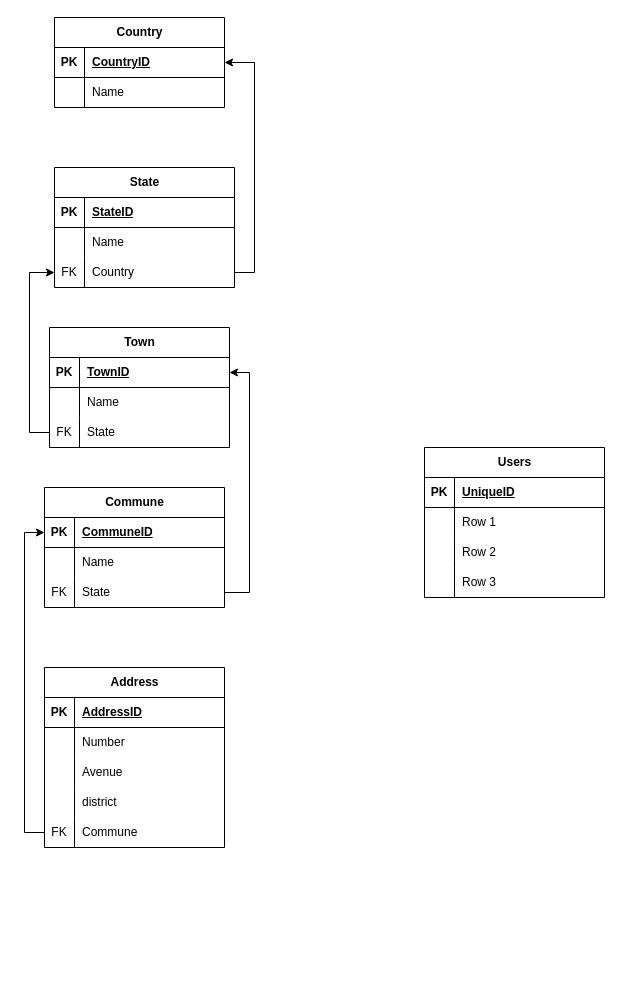
The draw.io diagram Tekango.drawio in internalTekango/3.0.tekango.template, before the edit. Source tidied: cells renumbered, new cells numbered last; positions are measured from the earlier drawing's top-left corner, leaving out a move shared by most shapes. Both pictures are drawn from the tidied source at 100%, with x=0, y=0 at pixel (44, 17).
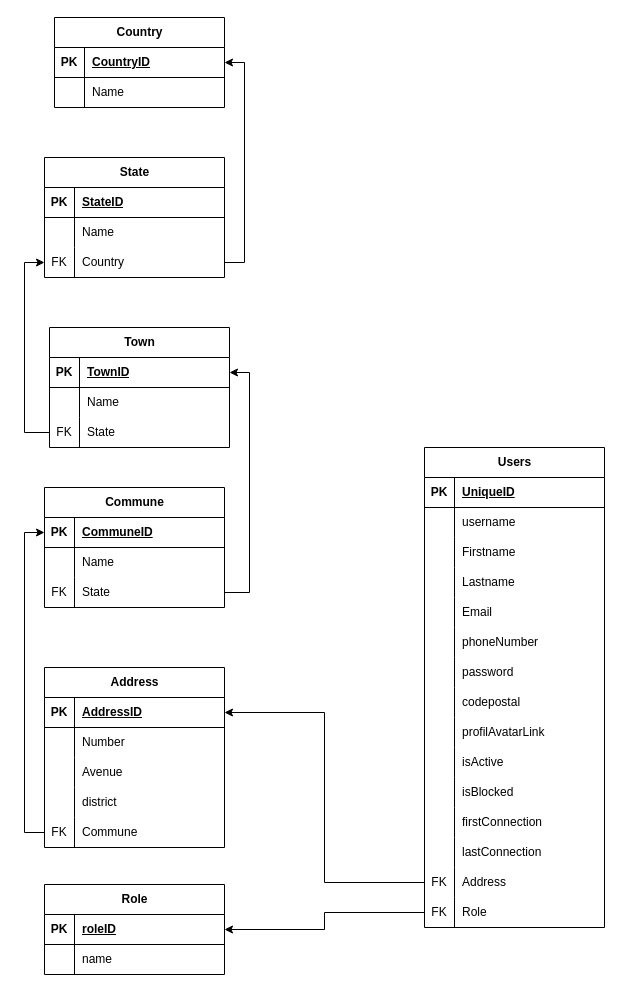
After the change.

Commit message (it also covers changes not shown here):
Mettre à jour Tekango.drawio

The change refers to these unchanged cells:
```xml
<mxCell id="6" style="shape=tableRow;horizontal=0;startSize=0;swimlaneHead=0;swimlaneBody=0;fillColor=none;top=0;left=0;right=0;bottom=0;" parent="2" vertex="1">
  <mxGeometry y="60" width="180" height="30" as="geometry" />
</mxCell>
<mxCell id="9" style="shape=tableRow;horizontal=0;startSize=0;swimlaneHead=0;swimlaneBody=0;fillColor=none;top=0;left=0;right=0;bottom=0;" parent="2" vertex="1">
  <mxGeometry y="90" width="180" height="30" as="geometry" />
</mxCell>
<mxCell id="12" style="shape=tableRow;horizontal=0;startSize=0;swimlaneHead=0;swimlaneBody=0;fillColor=none;top=0;left=0;right=0;bottom=0;" parent="2" vertex="1">
  <mxGeometry y="120" width="180" height="30" as="geometry" />
</mxCell>
<mxCell id="56" style="shape=tableRow;horizontal=0;startSize=0;swimlaneHead=0;swimlaneBody=0;fillColor=none;points=[[0,0.5],[1,0.5]];portConstraint=eastwest;top=0;left=0;right=0;bottom=1;" parent="55" vertex="1">
  <mxGeometry y="30" width="180" height="30" as="geometry" />
</mxCell>
```

Change to the diagram source:
```diff
@@
     <mxCell id="2" value="Users" style="shape=table;startSize=30;childLayout=tableLayout;rowLines=0;fontStyle=1;align=center;html=1;" parent="1" vertex="1">
-      <mxGeometry x="380" y="430" width="180" height="150" as="geometry" />
+      <mxGeometry x="380" y="430" width="180" height="480" as="geometry" />
     </mxCell>
@@
-    <mxCell id="8" value="Row 1" style="shape=partialRectangle;fillColor=none;top=0;left=0;bottom=0;right=0;align=left;spacingLeft=6;overflow=hidden;whiteSpace=wrap;html=1;" parent="6" vertex="1">
+    <mxCell id="8" value="username" style="shape=partialRectangle;fillColor=none;top=0;left=0;bottom=0;right=0;align=left;spacingLeft=6;overflow=hidden;whiteSpace=wrap;html=1;" parent="6" vertex="1">
       <mxGeometry x="30" width="150" height="30" as="geometry" />
     </mxCell>
@@
-    <mxCell id="11" value="Row 2" style="shape=partialRectangle;fillColor=none;top=0;left=0;bottom=0;right=0;align=left;spacingLeft=6;overflow=hidden;whiteSpace=wrap;html=1;" parent="9" vertex="1">
+    <mxCell id="11" value="Firstname" style="shape=partialRectangle;fillColor=none;top=0;left=0;bottom=0;right=0;align=left;spacingLeft=6;overflow=hidden;whiteSpace=wrap;html=1;" parent="9" vertex="1">
       <mxGeometry x="30" width="150" height="30" as="geometry" />
     </mxCell>
@@
-    <mxCell id="14" value="Row 3" style="shape=partialRectangle;fillColor=none;top=0;left=0;bottom=0;right=0;align=left;spacingLeft=6;overflow=hidden;whiteSpace=wrap;html=1;" parent="12" vertex="1">
+    <mxCell id="14" value="Lastname" style="shape=partialRectangle;fillColor=none;top=0;left=0;bottom=0;right=0;align=left;spacingLeft=6;overflow=hidden;whiteSpace=wrap;html=1;" parent="12" vertex="1">
       <mxGeometry x="30" width="150" height="30" as="geometry" />
     </mxCell>
+    <mxCell id="72" style="shape=tableRow;horizontal=0;startSize=0;swimlaneHead=0;swimlaneBody=0;fillColor=none;top=0;left=0;right=0;bottom=0;" parent="2" vertex="1">
+      <mxGeometry y="150" width="180" height="30" as="geometry" />
+    </mxCell>
+    <mxCell id="73" style="shape=partialRectangle;fillColor=none;top=0;left=0;bottom=0;right=0;overflow=hidden;whiteSpace=wrap;html=1;" parent="72" vertex="1">
+      <mxGeometry width="30" height="30" as="geometry" />
+    </mxCell>
+    <mxCell id="74" value="Email" style="shape=partialRectangle;fillColor=none;top=0;left=0;bottom=0;right=0;align=left;spacingLeft=6;overflow=hidden;whiteSpace=wrap;html=1;" parent="72" vertex="1">
+      <mxGeometry x="30" width="150" height="30" as="geometry" />
+    </mxCell>
+    <mxCell id="75" style="shape=tableRow;horizontal=0;startSize=0;swimlaneHead=0;swimlaneBody=0;fillColor=none;top=0;left=0;right=0;bottom=0;" parent="2" vertex="1">
+      <mxGeometry y="180" width="180" height="30" as="geometry" />
+    </mxCell>
+    <mxCell id="76" style="shape=partialRectangle;fillColor=none;top=0;left=0;bottom=0;right=0;overflow=hidden;whiteSpace=wrap;html=1;" parent="75" vertex="1">
+      <mxGeometry width="30" height="30" as="geometry" />
+    </mxCell>
+    <mxCell id="77" value="phoneNumber" style="shape=partialRectangle;fillColor=none;top=0;left=0;bottom=0;right=0;align=left;spacingLeft=6;overflow=hidden;whiteSpace=wrap;html=1;" parent="75" vertex="1">
+      <mxGeometry x="30" width="150" height="30" as="geometry" />
+    </mxCell>
+    <mxCell id="78" style="shape=tableRow;horizontal=0;startSize=0;swimlaneHead=0;swimlaneBody=0;fillColor=none;top=0;left=0;right=0;bottom=0;" parent="2" vertex="1">
+      <mxGeometry y="210" width="180" height="30" as="geometry" />
+    </mxCell>
+    <mxCell id="79" style="shape=partialRectangle;fillColor=none;top=0;left=0;bottom=0;right=0;overflow=hidden;whiteSpace=wrap;html=1;" parent="78" vertex="1">
+      <mxGeometry width="30" height="30" as="geometry" />
+    </mxCell>
+    <mxCell id="80" value="password" style="shape=partialRectangle;fillColor=none;top=0;left=0;bottom=0;right=0;align=left;spacingLeft=6;overflow=hidden;whiteSpace=wrap;html=1;" parent="78" vertex="1">
+      <mxGeometry x="30" width="150" height="30" as="geometry" />
+    </mxCell>
+    <mxCell id="81" style="shape=tableRow;horizontal=0;startSize=0;swimlaneHead=0;swimlaneBody=0;fillColor=none;top=0;left=0;right=0;bottom=0;" parent="2" vertex="1">
+      <mxGeometry y="240" width="180" height="30" as="geometry" />
+    </mxCell>
+    <mxCell id="82" style="shape=partialRectangle;fillColor=none;top=0;left=0;bottom=0;right=0;overflow=hidden;whiteSpace=wrap;html=1;" parent="81" vertex="1">
+      <mxGeometry width="30" height="30" as="geometry" />
+    </mxCell>
+    <mxCell id="83" value="codepostal" style="shape=partialRectangle;fillColor=none;top=0;left=0;bottom=0;right=0;align=left;spacingLeft=6;overflow=hidden;whiteSpace=wrap;html=1;" parent="81" vertex="1">
+      <mxGeometry x="30" width="150" height="30" as="geometry" />
+    </mxCell>
+    <mxCell id="84" style="shape=tableRow;horizontal=0;startSize=0;swimlaneHead=0;swimlaneBody=0;fillColor=none;top=0;left=0;right=0;bottom=0;" parent="2" vertex="1">
+      <mxGeometry y="270" width="180" height="30" as="geometry" />
+    </mxCell>
+    <mxCell id="85" style="shape=partialRectangle;fillColor=none;top=0;left=0;bottom=0;right=0;overflow=hidden;whiteSpace=wrap;html=1;" parent="84" vertex="1">
+      <mxGeometry width="30" height="30" as="geometry" />
+    </mxCell>
+    <mxCell id="86" value="profilAvatarLink" style="shape=partialRectangle;fillColor=none;top=0;left=0;bottom=0;right=0;align=left;spacingLeft=6;overflow=hidden;whiteSpace=wrap;html=1;" parent="84" vertex="1">
+      <mxGeometry x="30" width="150" height="30" as="geometry" />
+    </mxCell>
+    <mxCell id="87" style="shape=tableRow;horizontal=0;startSize=0;swimlaneHead=0;swimlaneBody=0;fillColor=none;top=0;left=0;right=0;bottom=0;" parent="2" vertex="1">
+      <mxGeometry y="300" width="180" height="30" as="geometry" />
+    </mxCell>
+    <mxCell id="88" style="shape=partialRectangle;fillColor=none;top=0;left=0;bottom=0;right=0;overflow=hidden;whiteSpace=wrap;html=1;" parent="87" vertex="1">
+      <mxGeometry width="30" height="30" as="geometry" />
+    </mxCell>
+    <mxCell id="89" value="isActive" style="shape=partialRectangle;fillColor=none;top=0;left=0;bottom=0;right=0;align=left;spacingLeft=6;overflow=hidden;whiteSpace=wrap;html=1;" parent="87" vertex="1">
+      <mxGeometry x="30" width="150" height="30" as="geometry" />
+    </mxCell>
+    <mxCell id="90" style="shape=tableRow;horizontal=0;startSize=0;swimlaneHead=0;swimlaneBody=0;fillColor=none;top=0;left=0;right=0;bottom=0;" parent="2" vertex="1">
+      <mxGeometry y="330" width="180" height="30" as="geometry" />
+    </mxCell>
+    <mxCell id="91" style="shape=partialRectangle;fillColor=none;top=0;left=0;bottom=0;right=0;overflow=hidden;whiteSpace=wrap;html=1;" parent="90" vertex="1">
+      <mxGeometry width="30" height="30" as="geometry" />
+    </mxCell>
+    <mxCell id="92" value="isBlocked" style="shape=partialRectangle;fillColor=none;top=0;left=0;bottom=0;right=0;align=left;spacingLeft=6;overflow=hidden;whiteSpace=wrap;html=1;" parent="90" vertex="1">
+      <mxGeometry x="30" width="150" height="30" as="geometry" />
+    </mxCell>
+    <mxCell id="93" style="shape=tableRow;horizontal=0;startSize=0;swimlaneHead=0;swimlaneBody=0;fillColor=none;top=0;left=0;right=0;bottom=0;" parent="2" vertex="1">
+      <mxGeometry y="360" width="180" height="30" as="geometry" />
+    </mxCell>
+    <mxCell id="94" style="shape=partialRectangle;fillColor=none;top=0;left=0;bottom=0;right=0;overflow=hidden;whiteSpace=wrap;html=1;" parent="93" vertex="1">
+      <mxGeometry width="30" height="30" as="geometry" />
+    </mxCell>
+    <mxCell id="95" value="firstConnection" style="shape=partialRectangle;fillColor=none;top=0;left=0;bottom=0;right=0;align=left;spacingLeft=6;overflow=hidden;whiteSpace=wrap;html=1;" parent="93" vertex="1">
+      <mxGeometry x="30" width="150" height="30" as="geometry" />
+    </mxCell>
+    <mxCell id="96" style="shape=tableRow;horizontal=0;startSize=0;swimlaneHead=0;swimlaneBody=0;fillColor=none;top=0;left=0;right=0;bottom=0;" parent="2" vertex="1">
+      <mxGeometry y="390" width="180" height="30" as="geometry" />
+    </mxCell>
+    <mxCell id="97" style="shape=partialRectangle;fillColor=none;top=0;left=0;bottom=0;right=0;overflow=hidden;whiteSpace=wrap;html=1;" parent="96" vertex="1">
+      <mxGeometry width="30" height="30" as="geometry" />
+    </mxCell>
+    <mxCell id="98" value="lastConnection" style="shape=partialRectangle;fillColor=none;top=0;left=0;bottom=0;right=0;align=left;spacingLeft=6;overflow=hidden;whiteSpace=wrap;html=1;" parent="96" vertex="1">
+      <mxGeometry x="30" width="150" height="30" as="geometry" />
+    </mxCell>
+    <mxCell id="99" style="shape=tableRow;horizontal=0;startSize=0;swimlaneHead=0;swimlaneBody=0;fillColor=none;points=[[0,0.5],[1,0.5]];portConstraint=eastwest;top=0;left=0;right=0;bottom=0;" parent="2" vertex="1">
+      <mxGeometry y="420" width="180" height="30" as="geometry" />
+    </mxCell>
+    <mxCell id="100" value="FK" style="shape=partialRectangle;fillColor=none;top=0;left=0;bottom=0;right=0;overflow=hidden;whiteSpace=wrap;html=1;" parent="99" vertex="1">
+      <mxGeometry width="30" height="30" as="geometry" />
+    </mxCell>
+    <mxCell id="101" value="Address" style="shape=partialRectangle;fillColor=none;top=0;left=0;bottom=0;right=0;align=left;spacingLeft=6;overflow=hidden;whiteSpace=wrap;html=1;" parent="99" vertex="1">
+      <mxGeometry x="30" width="150" height="30" as="geometry" />
+    </mxCell>
+    <mxCell id="102" style="shape=tableRow;horizontal=0;startSize=0;swimlaneHead=0;swimlaneBody=0;fillColor=none;points=[[0,0.5],[1,0.5]];portConstraint=eastwest;top=0;left=0;right=0;bottom=0;" parent="2" vertex="1">
+      <mxGeometry y="450" width="180" height="30" as="geometry" />
+    </mxCell>
+    <mxCell id="103" value="FK" style="shape=partialRectangle;fillColor=none;top=0;left=0;bottom=0;right=0;overflow=hidden;whiteSpace=wrap;html=1;" parent="102" vertex="1">
+      <mxGeometry width="30" height="30" as="geometry" />
+    </mxCell>
+    <mxCell id="104" value="Role" style="shape=partialRectangle;fillColor=none;top=0;left=0;bottom=0;right=0;align=left;spacingLeft=6;overflow=hidden;whiteSpace=wrap;html=1;" parent="102" vertex="1">
+      <mxGeometry x="30" width="150" height="30" as="geometry" />
+    </mxCell>
@@
     <mxCell id="25" value="State" style="shape=table;startSize=30;childLayout=tableLayout;rowLines=0;fontStyle=1;align=center;html=1;" parent="1" vertex="1">
-      <mxGeometry x="10" y="150" width="180" height="120" as="geometry" />
+      <mxGeometry y="140" width="180" height="120" as="geometry" />
     </mxCell>
@@
+    <mxCell id="105" value="Role" style="shape=table;startSize=30;childLayout=tableLayout;rowLines=0;fontStyle=1;align=center;html=1;" parent="1" vertex="1">
+      <mxGeometry y="867" width="180" height="90" as="geometry" />
+    </mxCell>
+    <mxCell id="106" style="shape=tableRow;horizontal=0;startSize=0;swimlaneHead=0;swimlaneBody=0;fillColor=none;points=[[0,0.5],[1,0.5]];portConstraint=eastwest;top=0;left=0;right=0;bottom=1;" parent="105" vertex="1">
+      <mxGeometry y="30" width="180" height="30" as="geometry" />
+    </mxCell>
+    <mxCell id="107" value="PK" style="shape=partialRectangle;fillColor=none;top=0;left=0;bottom=0;right=0;fontStyle=1;overflow=hidden;whiteSpace=wrap;html=1;" parent="106" vertex="1">
+      <mxGeometry width="30" height="30" as="geometry" />
+    </mxCell>
+    <mxCell id="108" value="roleID" style="shape=partialRectangle;fillColor=none;top=0;left=0;bottom=0;right=0;align=left;spacingLeft=6;fontStyle=5;overflow=hidden;whiteSpace=wrap;html=1;" parent="106" vertex="1">
+      <mxGeometry x="30" width="150" height="30" as="geometry" />
+    </mxCell>
+    <mxCell id="109" style="shape=tableRow;horizontal=0;startSize=0;swimlaneHead=0;swimlaneBody=0;fillColor=none;top=0;left=0;right=0;bottom=0;" parent="105" vertex="1">
+      <mxGeometry y="60" width="180" height="30" as="geometry" />
+    </mxCell>
+    <mxCell id="110" style="shape=partialRectangle;fillColor=none;top=0;left=0;bottom=0;right=0;overflow=hidden;whiteSpace=wrap;html=1;" parent="109" vertex="1">
+      <mxGeometry width="30" height="30" as="geometry" />
+    </mxCell>
+    <mxCell id="111" value="name" style="shape=partialRectangle;fillColor=none;top=0;left=0;bottom=0;right=0;align=left;spacingLeft=6;overflow=hidden;whiteSpace=wrap;html=1;" parent="109" vertex="1">
+      <mxGeometry x="30" width="150" height="30" as="geometry" />
+    </mxCell>
+    <mxCell id="112" style="edgeStyle=orthogonalEdgeStyle;rounded=0;jettySize=auto;html=1;exitX=0;exitY=0.5;exitDx=0;exitDy=0;entryX=1;entryY=0.5;entryDx=0;entryDy=0;" parent="1" edge="1" source="99" target="56">
+      <mxGeometry relative="1" as="geometry" />
+    </mxCell>
+    <mxCell id="113" style="edgeStyle=orthogonalEdgeStyle;rounded=0;jettySize=auto;html=1;exitX=0;exitY=0.5;exitDx=0;exitDy=0;entryX=1;entryY=0.5;entryDx=0;entryDy=0;" parent="1" edge="1" source="102" target="106">
+      <mxGeometry relative="1" as="geometry" />
+    </mxCell>
```
